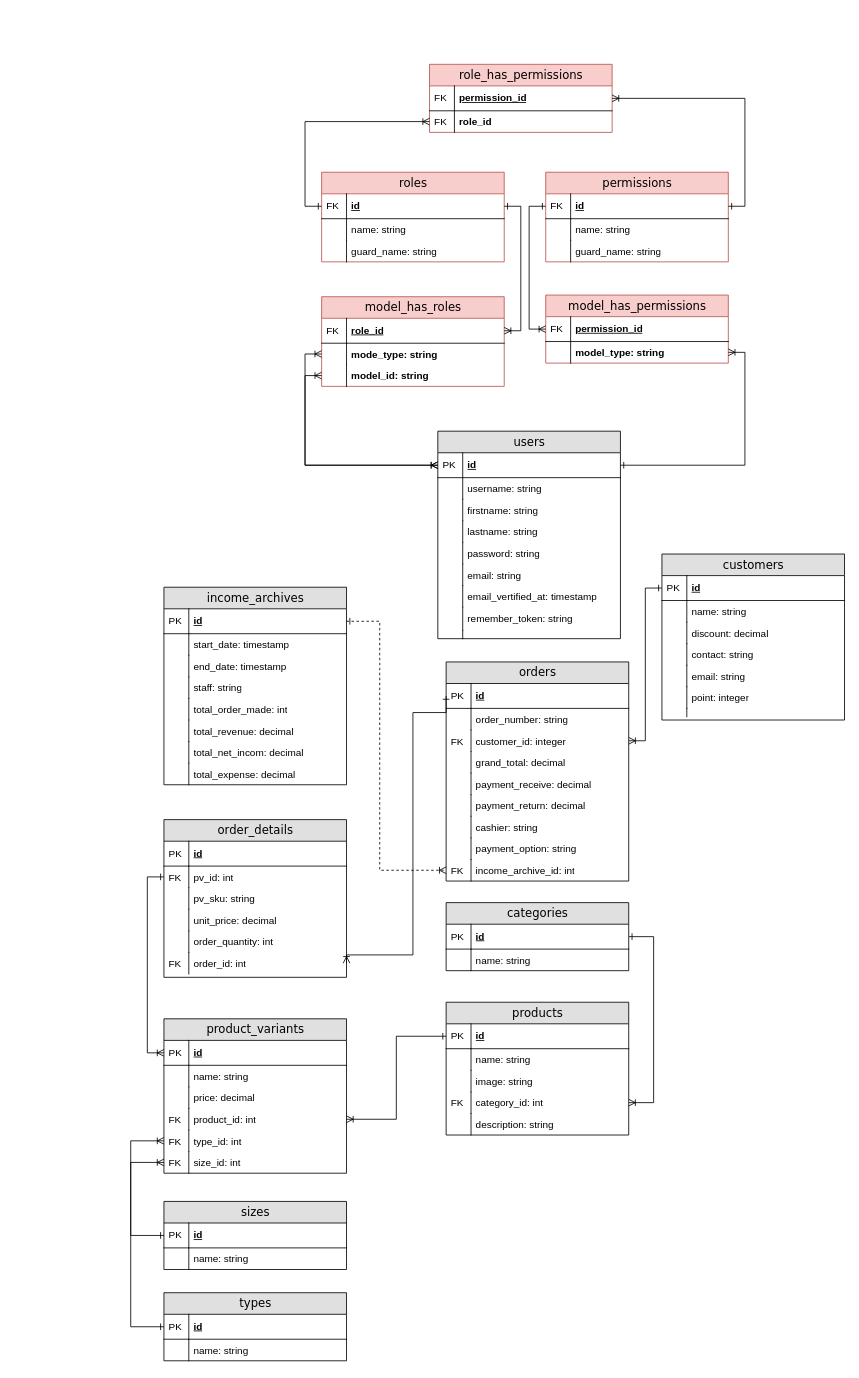
Earlier version of the draw.io diagram database_design_table/coffee_pos_db.drawio (BruceWaynnee/coffeepos). Source tidied: cells renumbered, new cells numbered last; positions are measured from the earlier drawing's top-left corner, leaving out a move shared by most shapes. Both pictures are drawn from the tidied source at 83%, with x=0, y=0 at pixel (31, 64).
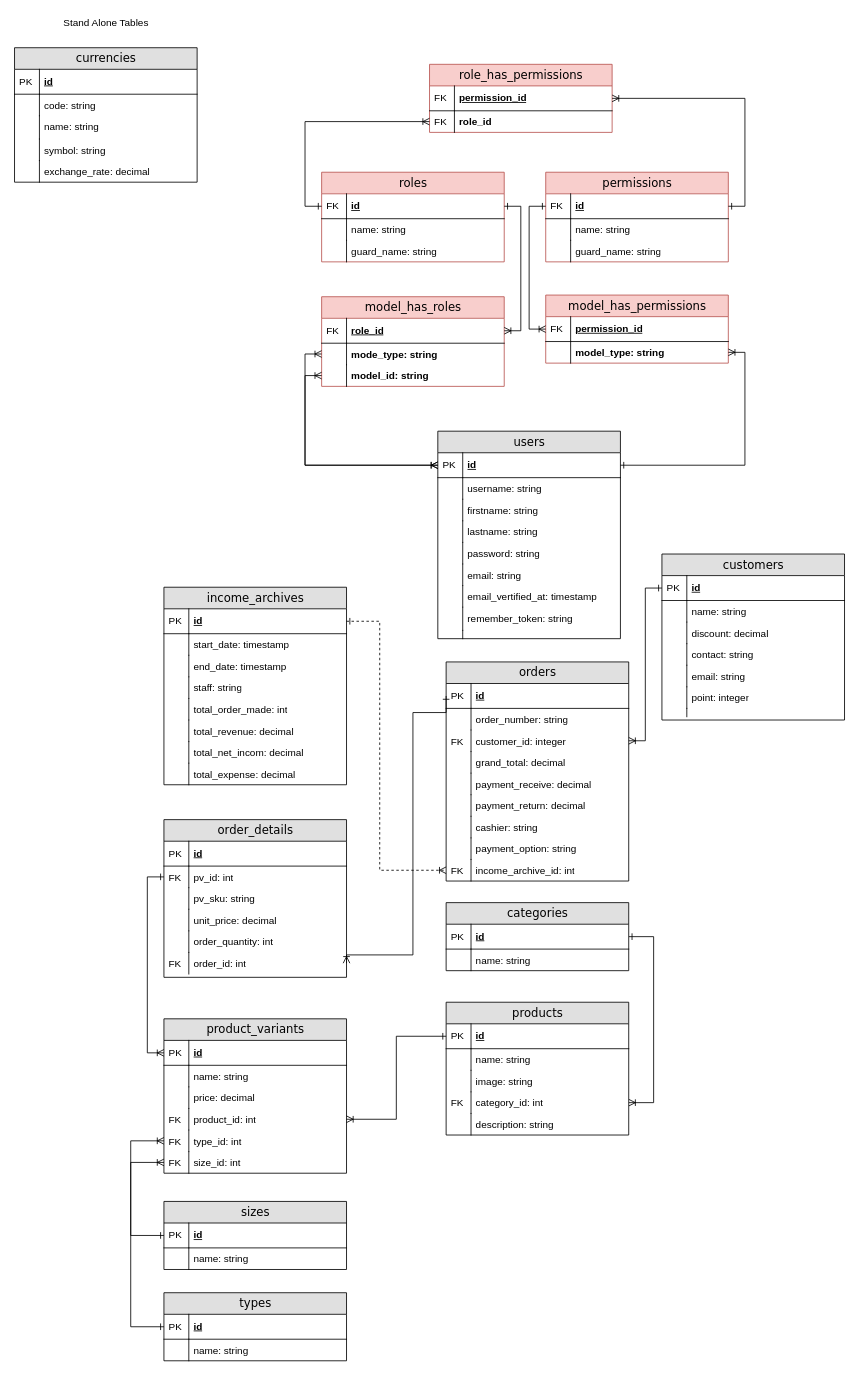
The same diagram, later.

Diff of the diagram source:
```diff
@@
+    <mxCell id="171" value="currencies" style="swimlane;html=1;fontStyle=0;horizontal=1;startSize=26;fillColor=#e0e0e0;swimlaneFillColor=#ffffff;align=center;rounded=0;shadow=0;comic=0;labelBackgroundColor=none;strokeWidth=1;fontFamily=Verdana;fontSize=14;swimlaneLine=1;" parent="1" vertex="1">
+      <mxGeometry x="-20" y="-20" width="220" height="162" as="geometry" />
+    </mxCell>
+    <mxCell id="172" value="id" style="shape=partialRectangle;top=0;left=0;right=0;bottom=1;html=1;align=left;verticalAlign=middle;fillColor=none;spacingLeft=34;spacingRight=4;whiteSpace=wrap;overflow=hidden;fontStyle=5;" parent="171" vertex="1">
+      <mxGeometry y="26" width="220" height="30" as="geometry" />
+    </mxCell>
+    <mxCell id="173" value="PK" style="shape=partialRectangle;top=0;left=0;bottom=0;html=1;fillColor=none;align=left;verticalAlign=middle;spacingLeft=4;spacingRight=4;whiteSpace=wrap;overflow=hidden;" parent="172" vertex="1">
+      <mxGeometry width="30" height="30" as="geometry" />
+    </mxCell>
+    <mxCell id="174" value="code: string" style="shape=partialRectangle;top=0;left=0;right=0;bottom=0;html=1;align=left;verticalAlign=top;fillColor=none;spacingLeft=34;spacingRight=4;whiteSpace=wrap;overflow=hidden;" parent="171" vertex="1">
+      <mxGeometry y="56" width="220" height="26" as="geometry" />
+    </mxCell>
+    <mxCell id="175" style="shape=partialRectangle;top=0;left=0;bottom=0;html=1;fillColor=none;align=left;verticalAlign=top;spacingLeft=4;spacingRight=4;whiteSpace=wrap;overflow=hidden;" parent="174" vertex="1">
+      <mxGeometry width="30" height="26" as="geometry" />
+    </mxCell>
+    <mxCell id="176" value="name: string" style="shape=partialRectangle;top=0;left=0;right=0;bottom=0;html=1;align=left;verticalAlign=top;fillColor=none;spacingLeft=34;spacingRight=4;whiteSpace=wrap;overflow=hidden;" parent="171" vertex="1">
+      <mxGeometry y="82" width="220" height="28" as="geometry" />
+    </mxCell>
+    <mxCell id="177" style="shape=partialRectangle;top=0;left=0;bottom=0;html=1;fillColor=none;align=left;verticalAlign=top;spacingLeft=4;spacingRight=4;whiteSpace=wrap;overflow=hidden;" parent="176" vertex="1">
+      <mxGeometry width="30" height="28" as="geometry" />
+    </mxCell>
+    <mxCell id="178" value="symbol: string" style="shape=partialRectangle;top=0;left=0;right=0;bottom=0;html=1;align=left;verticalAlign=top;fillColor=none;spacingLeft=34;spacingRight=4;whiteSpace=wrap;overflow=hidden;" parent="171" vertex="1">
+      <mxGeometry y="110" width="220" height="26" as="geometry" />
+    </mxCell>
+    <mxCell id="179" style="shape=partialRectangle;top=0;left=0;bottom=0;html=1;fillColor=none;align=left;verticalAlign=top;spacingLeft=4;spacingRight=4;whiteSpace=wrap;overflow=hidden;" parent="178" vertex="1">
+      <mxGeometry width="30" height="26" as="geometry" />
+    </mxCell>
+    <mxCell id="180" value="exchange_rate: decimal" style="shape=partialRectangle;top=0;left=0;right=0;bottom=0;html=1;align=left;verticalAlign=top;fillColor=none;spacingLeft=34;spacingRight=4;whiteSpace=wrap;overflow=hidden;" parent="171" vertex="1">
+      <mxGeometry y="136" width="220" height="26" as="geometry" />
+    </mxCell>
+    <mxCell id="181" style="shape=partialRectangle;top=0;left=0;bottom=0;html=1;fillColor=none;align=left;verticalAlign=top;spacingLeft=4;spacingRight=4;whiteSpace=wrap;overflow=hidden;" parent="180" vertex="1">
+      <mxGeometry width="30" height="26" as="geometry" />
+    </mxCell>
+    <mxCell id="182" value="Stand Alone Tables" style="text;html=1;align=center;verticalAlign=middle;strokeColor=none;fillColor=none;" parent="1" vertex="1">
+      <mxGeometry x="30" y="-60" width="120" height="20" as="geometry" />
+    </mxCell>
```
